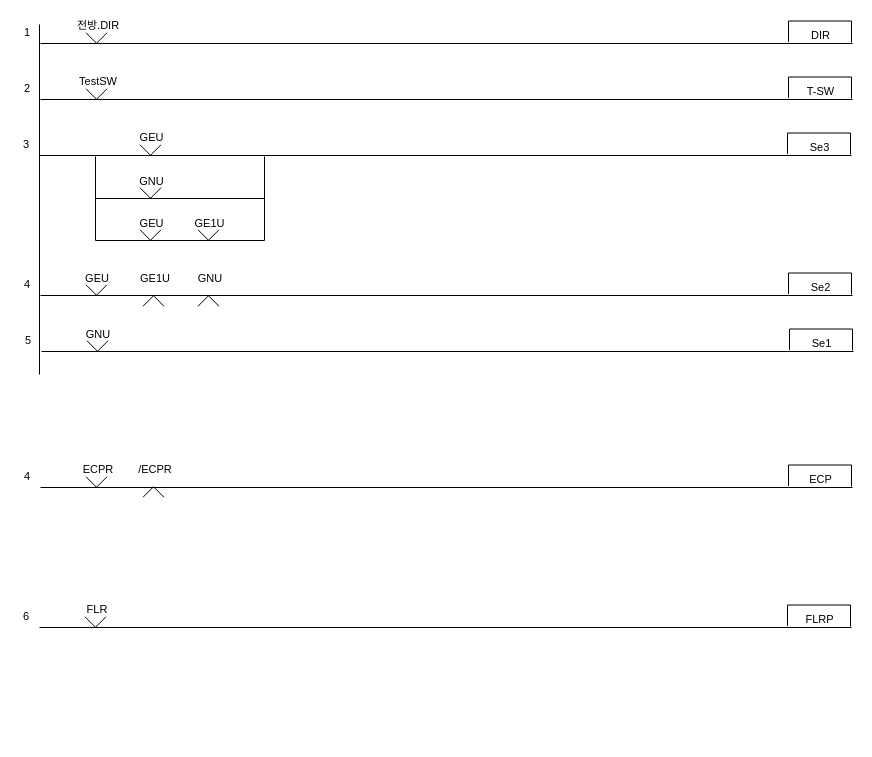
chillin2/MyDraw.io keeps this draw.io diagram as page "통신제어(송신)" (6 of 6) of Untitled Diagram.drawio. Above is the earlier version. Source tidied: cells renumbered, new cells numbered last; positions are measured from the earlier drawing's top-left corner, leaving out a move shared by most shapes. Both pictures are drawn from the tidied source at 100%, with x=0, y=0 at pixel (17, 17).
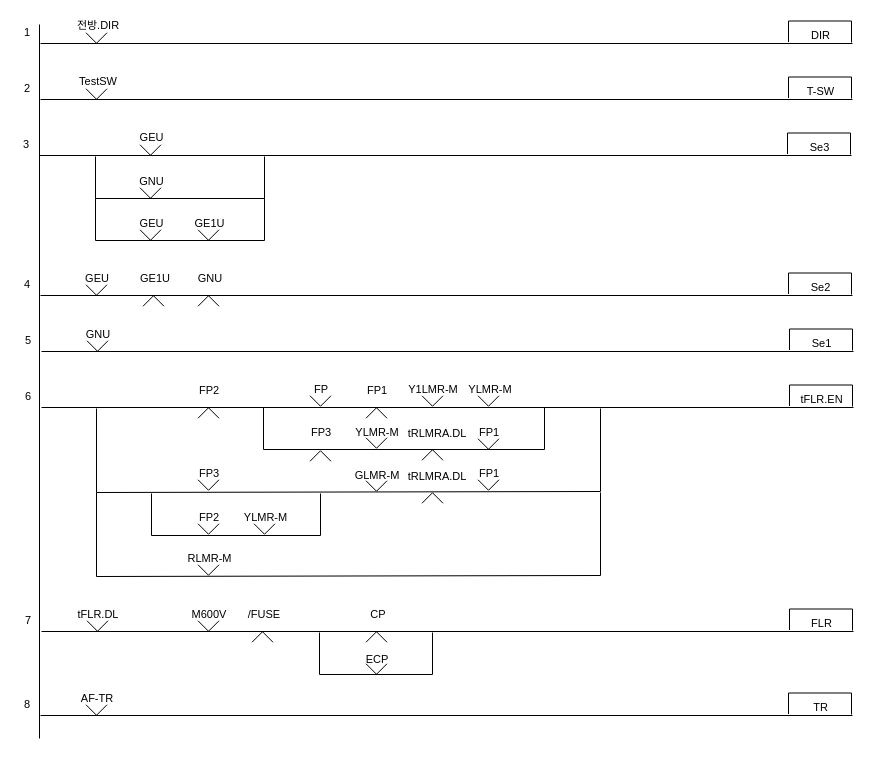
Above is the later version.

The edit, as a diff of the source:
```diff
@@
     <mxCell id="2" style="endArrow=none;html=1;rounded=0;" parent="1" edge="1">
       <mxGeometry relative="1" as="geometry">
-        <mxPoint x="22" y="357" as="sourcePoint" />
+        <mxPoint x="22" y="721" as="sourcePoint" />
         <mxPoint x="22" y="7" as="targetPoint" />
       </mxGeometry>
     </mxCell>
@@
-    <mxCell id="23" style="endArrow=none;html=1;rounded=0;" parent="1" edge="1">
-      <mxGeometry relative="1" as="geometry">
-        <mxPoint x="22" y="610" as="sourcePoint" />
-        <mxPoint x="834" y="610" as="targetPoint" />
-      </mxGeometry>
-    </mxCell>
-    <mxCell id="24" value="FLR" style="text;html=1;strokeColor=none;fillColor=none;align=center;verticalAlign=middle;whiteSpace=wrap;rounded=0;fontFamily=Helvetica;fontSize=11;fontColor=default;" parent="1" vertex="1">
-      <mxGeometry x="60" y="584" width="40" height="15" as="geometry" />
-    </mxCell>
-    <mxCell id="25" value="FLRP" style="text;html=1;strokeColor=none;fillColor=none;align=center;verticalAlign=middle;whiteSpace=wrap;rounded=0;fontFamily=Helvetica;fontSize=11;fontColor=default;" parent="1" vertex="1">
-      <mxGeometry x="779" y="595" width="47" height="13" as="geometry" />
-    </mxCell>
-    <mxCell id="26" style="endArrow=none;html=1;rounded=0;labelBackgroundColor=default;fontFamily=Helvetica;fontSize=11;fontColor=default;startSize=3;endSize=3;sourcePerimeterSpacing=0;strokeColor=default;shape=connector;jumpStyle=none;jumpSize=6;" parent="1" edge="1">
-      <mxGeometry relative="1" as="geometry">
-        <mxPoint x="770" y="608.5" as="sourcePoint" />
-        <mxPoint x="833" y="609" as="targetPoint" />
-        <Array as="points">
-          <mxPoint x="770" y="587.5" />
-          <mxPoint x="833" y="587.5" />
-        </Array>
-      </mxGeometry>
-    </mxCell>
-    <mxCell id="27" style="verticalLabelPosition=bottom;html=1;verticalAlign=top;align=center;shape=mxgraph.floorplan.windowBow;strokeWidth=1;fontSize=11;" parent="1" vertex="1">
-      <mxGeometry x="67.5" y="599" width="21" height="11" as="geometry" />
-    </mxCell>
-    <mxCell id="28" value="6" style="text;html=1;strokeColor=none;fillColor=none;align=center;verticalAlign=middle;whiteSpace=wrap;rounded=0;fontFamily=Helvetica;fontSize=11;fontColor=default;" parent="1" vertex="1">
-      <mxGeometry y="591" width="18" height="16" as="geometry" />
-    </mxCell>
@@
-    <mxCell id="37" style="endArrow=none;html=1;rounded=0;" parent="1" edge="1">
-      <mxGeometry relative="1" as="geometry">
-        <mxPoint x="23" y="470" as="sourcePoint" />
-        <mxPoint x="835" y="470" as="targetPoint" />
-      </mxGeometry>
-    </mxCell>
-    <mxCell id="38" value="ECPR" style="text;html=1;strokeColor=none;fillColor=none;align=center;verticalAlign=middle;whiteSpace=wrap;rounded=0;fontFamily=Helvetica;fontSize=11;fontColor=default;" parent="1" vertex="1">
-      <mxGeometry x="61" y="444" width="40" height="15" as="geometry" />
-    </mxCell>
-    <mxCell id="39" value="ECP" style="text;html=1;strokeColor=none;fillColor=none;align=center;verticalAlign=middle;whiteSpace=wrap;rounded=0;fontFamily=Helvetica;fontSize=11;fontColor=default;" parent="1" vertex="1">
-      <mxGeometry x="780" y="455" width="47" height="13" as="geometry" />
-    </mxCell>
-    <mxCell id="40" style="endArrow=none;html=1;rounded=0;labelBackgroundColor=default;fontFamily=Helvetica;fontSize=11;fontColor=default;startSize=3;endSize=3;sourcePerimeterSpacing=0;strokeColor=default;shape=connector;jumpStyle=none;jumpSize=6;" parent="1" edge="1">
-      <mxGeometry relative="1" as="geometry">
-        <mxPoint x="771" y="468.5" as="sourcePoint" />
-        <mxPoint x="834" y="469" as="targetPoint" />
-        <Array as="points">
-          <mxPoint x="771" y="447.5" />
-          <mxPoint x="834" y="447.5" />
-        </Array>
-      </mxGeometry>
-    </mxCell>
-    <mxCell id="41" style="verticalLabelPosition=bottom;html=1;verticalAlign=top;align=center;shape=mxgraph.floorplan.windowBow;strokeWidth=1;fontSize=11;" parent="1" vertex="1">
-      <mxGeometry x="68.5" y="459" width="21" height="11" as="geometry" />
-    </mxCell>
-    <mxCell id="42" value="4" style="text;html=1;strokeColor=none;fillColor=none;align=center;verticalAlign=middle;whiteSpace=wrap;rounded=0;fontFamily=Helvetica;fontSize=11;fontColor=default;" parent="1" vertex="1">
-      <mxGeometry x="1" y="451" width="18" height="16" as="geometry" />
-    </mxCell>
-    <mxCell id="43" value="/ECPR" style="text;html=1;strokeColor=none;fillColor=none;align=center;verticalAlign=middle;whiteSpace=wrap;rounded=0;fontFamily=Helvetica;fontSize=11;fontColor=default;" parent="1" vertex="1">
-      <mxGeometry x="118" y="444" width="40" height="15" as="geometry" />
-    </mxCell>
-    <mxCell id="44" style="verticalLabelPosition=bottom;html=1;verticalAlign=top;align=center;shape=mxgraph.floorplan.windowBow;strokeWidth=1;fontSize=11;direction=west;" parent="1" vertex="1">
-      <mxGeometry x="125.5" y="469" width="21" height="11" as="geometry" />
-    </mxCell>
@@
+    <mxCell id="59" style="endArrow=none;html=1;rounded=0;" parent="1" edge="1">
+      <mxGeometry relative="1" as="geometry">
+        <mxPoint x="24" y="390" as="sourcePoint" />
+        <mxPoint x="836" y="390" as="targetPoint" />
+      </mxGeometry>
+    </mxCell>
+    <mxCell id="60" value="FP2" style="text;html=1;strokeColor=none;fillColor=none;align=center;verticalAlign=middle;whiteSpace=wrap;rounded=0;fontFamily=Helvetica;fontSize=11;fontColor=default;" parent="1" vertex="1">
+      <mxGeometry x="172" y="365" width="40" height="15" as="geometry" />
+    </mxCell>
+    <mxCell id="61" value="tFLR.EN" style="text;html=1;strokeColor=none;fillColor=none;align=center;verticalAlign=middle;whiteSpace=wrap;rounded=0;fontFamily=Helvetica;fontSize=11;fontColor=default;" parent="1" vertex="1">
+      <mxGeometry x="781" y="375" width="47" height="13" as="geometry" />
+    </mxCell>
+    <mxCell id="62" style="endArrow=none;html=1;rounded=0;labelBackgroundColor=default;fontFamily=Helvetica;fontSize=11;fontColor=default;startSize=3;endSize=3;sourcePerimeterSpacing=0;strokeColor=default;shape=connector;jumpStyle=none;jumpSize=6;" parent="1" edge="1">
+      <mxGeometry relative="1" as="geometry">
+        <mxPoint x="772" y="388.5" as="sourcePoint" />
+        <mxPoint x="835" y="389" as="targetPoint" />
+        <Array as="points">
+          <mxPoint x="772" y="367.5" />
+          <mxPoint x="835" y="367.5" />
+        </Array>
+      </mxGeometry>
+    </mxCell>
+    <mxCell id="63" style="verticalLabelPosition=bottom;html=1;verticalAlign=top;align=center;shape=mxgraph.floorplan.windowBow;strokeWidth=1;fontSize=11;direction=west;" parent="1" vertex="1">
+      <mxGeometry x="180.5" y="390" width="21" height="11" as="geometry" />
+    </mxCell>
+    <mxCell id="28" value="6" style="text;html=1;strokeColor=none;fillColor=none;align=center;verticalAlign=middle;whiteSpace=wrap;rounded=0;fontFamily=Helvetica;fontSize=11;fontColor=default;" parent="1" vertex="1">
+      <mxGeometry x="2" y="371" width="18" height="16" as="geometry" />
+    </mxCell>
+    <mxCell id="64" style="endArrow=none;html=1;rounded=0;" parent="1" edge="1">
+      <mxGeometry relative="1" as="geometry">
+        <mxPoint x="246" y="390" as="sourcePoint" />
+        <mxPoint x="527" y="390" as="targetPoint" />
+        <Array as="points">
+          <mxPoint x="246" y="432" />
+          <mxPoint x="527" y="432" />
+        </Array>
+      </mxGeometry>
+    </mxCell>
+    <mxCell id="65" value="FP" style="text;html=1;strokeColor=none;fillColor=none;align=center;verticalAlign=middle;whiteSpace=wrap;rounded=0;fontFamily=Helvetica;fontSize=11;fontColor=default;" parent="1" vertex="1">
+      <mxGeometry x="284" y="364" width="40" height="15" as="geometry" />
+    </mxCell>
+    <mxCell id="66" style="verticalLabelPosition=bottom;html=1;verticalAlign=top;align=center;shape=mxgraph.floorplan.windowBow;strokeWidth=1;fontSize=11;" parent="1" vertex="1">
+      <mxGeometry x="292.5" y="378" width="21" height="11" as="geometry" />
+    </mxCell>
+    <mxCell id="67" value="FP1" style="text;html=1;strokeColor=none;fillColor=none;align=center;verticalAlign=middle;whiteSpace=wrap;rounded=0;fontFamily=Helvetica;fontSize=11;fontColor=default;" parent="1" vertex="1">
+      <mxGeometry x="340" y="365" width="40" height="15" as="geometry" />
+    </mxCell>
+    <mxCell id="68" style="verticalLabelPosition=bottom;html=1;verticalAlign=top;align=center;shape=mxgraph.floorplan.windowBow;strokeWidth=1;fontSize=11;direction=west;" parent="1" vertex="1">
+      <mxGeometry x="348.5" y="390" width="21" height="11" as="geometry" />
+    </mxCell>
+    <mxCell id="69" value="Y1LMR-M" style="text;html=1;strokeColor=none;fillColor=none;align=center;verticalAlign=middle;whiteSpace=wrap;rounded=0;fontFamily=Helvetica;fontSize=11;fontColor=default;" parent="1" vertex="1">
+      <mxGeometry x="389" y="364" width="54" height="15" as="geometry" />
+    </mxCell>
+    <mxCell id="70" style="verticalLabelPosition=bottom;html=1;verticalAlign=top;align=center;shape=mxgraph.floorplan.windowBow;strokeWidth=1;fontSize=11;" parent="1" vertex="1">
+      <mxGeometry x="404.5" y="378" width="21" height="11" as="geometry" />
+    </mxCell>
+    <mxCell id="71" value="YLMR-M" style="text;html=1;strokeColor=none;fillColor=none;align=center;verticalAlign=middle;whiteSpace=wrap;rounded=0;fontFamily=Helvetica;fontSize=11;fontColor=default;" parent="1" vertex="1">
+      <mxGeometry x="446" y="364" width="54" height="15" as="geometry" />
+    </mxCell>
+    <mxCell id="72" style="verticalLabelPosition=bottom;html=1;verticalAlign=top;align=center;shape=mxgraph.floorplan.windowBow;strokeWidth=1;fontSize=11;" parent="1" vertex="1">
+      <mxGeometry x="460.5" y="378" width="21" height="11" as="geometry" />
+    </mxCell>
+    <mxCell id="73" value="FP3" style="text;html=1;strokeColor=none;fillColor=none;align=center;verticalAlign=middle;whiteSpace=wrap;rounded=0;fontFamily=Helvetica;fontSize=11;fontColor=default;" parent="1" vertex="1">
+      <mxGeometry x="284" y="407" width="40" height="15" as="geometry" />
+    </mxCell>
+    <mxCell id="74" style="verticalLabelPosition=bottom;html=1;verticalAlign=top;align=center;shape=mxgraph.floorplan.windowBow;strokeWidth=1;fontSize=11;direction=west;" parent="1" vertex="1">
+      <mxGeometry x="292.5" y="433" width="21" height="11" as="geometry" />
+    </mxCell>
+    <mxCell id="75" value="YLMR-M" style="text;html=1;strokeColor=none;fillColor=none;align=center;verticalAlign=middle;whiteSpace=wrap;rounded=0;fontFamily=Helvetica;fontSize=11;fontColor=default;" parent="1" vertex="1">
+      <mxGeometry x="333" y="407" width="54" height="15" as="geometry" />
+    </mxCell>
+    <mxCell id="76" style="verticalLabelPosition=bottom;html=1;verticalAlign=top;align=center;shape=mxgraph.floorplan.windowBow;strokeWidth=1;fontSize=11;" parent="1" vertex="1">
+      <mxGeometry x="348.5" y="420" width="21" height="11" as="geometry" />
+    </mxCell>
+    <mxCell id="77" value="tRLMRA.DL" style="text;html=1;strokeColor=none;fillColor=none;align=center;verticalAlign=middle;whiteSpace=wrap;rounded=0;fontFamily=Helvetica;fontSize=11;fontColor=default;" parent="1" vertex="1">
+      <mxGeometry x="400" y="408" width="40" height="15" as="geometry" />
+    </mxCell>
+    <mxCell id="78" style="verticalLabelPosition=bottom;html=1;verticalAlign=top;align=center;shape=mxgraph.floorplan.windowBow;strokeWidth=1;fontSize=11;direction=west;" parent="1" vertex="1">
+      <mxGeometry x="404.5" y="432" width="21" height="11" as="geometry" />
+    </mxCell>
+    <mxCell id="79" value="FP1" style="text;html=1;strokeColor=none;fillColor=none;align=center;verticalAlign=middle;whiteSpace=wrap;rounded=0;fontFamily=Helvetica;fontSize=11;fontColor=default;" parent="1" vertex="1">
+      <mxGeometry x="452" y="407" width="40" height="15" as="geometry" />
+    </mxCell>
+    <mxCell id="80" style="verticalLabelPosition=bottom;html=1;verticalAlign=top;align=center;shape=mxgraph.floorplan.windowBow;strokeWidth=1;fontSize=11;" parent="1" vertex="1">
+      <mxGeometry x="460.5" y="421" width="21" height="11" as="geometry" />
+    </mxCell>
+    <mxCell id="81" style="endArrow=none;html=1;rounded=0;" parent="1" edge="1">
+      <mxGeometry relative="1" as="geometry">
+        <mxPoint x="79" y="391" as="sourcePoint" />
+        <mxPoint x="583" y="391" as="targetPoint" />
+        <Array as="points">
+          <mxPoint x="79" y="475" />
+          <mxPoint x="583" y="474" />
+        </Array>
+      </mxGeometry>
+    </mxCell>
+    <mxCell id="82" value="FP3" style="text;html=1;strokeColor=none;fillColor=none;align=center;verticalAlign=middle;whiteSpace=wrap;rounded=0;fontFamily=Helvetica;fontSize=11;fontColor=default;" parent="1" vertex="1">
+      <mxGeometry x="172" y="448" width="40" height="15" as="geometry" />
+    </mxCell>
+    <mxCell id="83" style="verticalLabelPosition=bottom;html=1;verticalAlign=top;align=center;shape=mxgraph.floorplan.windowBow;strokeWidth=1;fontSize=11;" parent="1" vertex="1">
+      <mxGeometry x="180.5" y="462" width="21" height="11" as="geometry" />
+    </mxCell>
+    <mxCell id="84" value="GLMR-M" style="text;html=1;strokeColor=none;fillColor=none;align=center;verticalAlign=middle;whiteSpace=wrap;rounded=0;fontFamily=Helvetica;fontSize=11;fontColor=default;" parent="1" vertex="1">
+      <mxGeometry x="333" y="450" width="54" height="15" as="geometry" />
+    </mxCell>
+    <mxCell id="85" style="verticalLabelPosition=bottom;html=1;verticalAlign=top;align=center;shape=mxgraph.floorplan.windowBow;strokeWidth=1;fontSize=11;" parent="1" vertex="1">
+      <mxGeometry x="348.5" y="463" width="21" height="11" as="geometry" />
+    </mxCell>
+    <mxCell id="86" value="tRLMRA.DL" style="text;html=1;strokeColor=none;fillColor=none;align=center;verticalAlign=middle;whiteSpace=wrap;rounded=0;fontFamily=Helvetica;fontSize=11;fontColor=default;" parent="1" vertex="1">
+      <mxGeometry x="400" y="451" width="40" height="15" as="geometry" />
+    </mxCell>
+    <mxCell id="87" style="verticalLabelPosition=bottom;html=1;verticalAlign=top;align=center;shape=mxgraph.floorplan.windowBow;strokeWidth=1;fontSize=11;direction=west;" parent="1" vertex="1">
+      <mxGeometry x="404.5" y="475" width="21" height="11" as="geometry" />
+    </mxCell>
+    <mxCell id="88" value="FP1" style="text;html=1;strokeColor=none;fillColor=none;align=center;verticalAlign=middle;whiteSpace=wrap;rounded=0;fontFamily=Helvetica;fontSize=11;fontColor=default;" parent="1" vertex="1">
+      <mxGeometry x="452" y="448" width="40" height="15" as="geometry" />
+    </mxCell>
+    <mxCell id="89" style="verticalLabelPosition=bottom;html=1;verticalAlign=top;align=center;shape=mxgraph.floorplan.windowBow;strokeWidth=1;fontSize=11;" parent="1" vertex="1">
+      <mxGeometry x="460.5" y="462" width="21" height="11" as="geometry" />
+    </mxCell>
+    <mxCell id="90" style="endArrow=none;html=1;rounded=0;" parent="1" edge="1">
+      <mxGeometry relative="1" as="geometry">
+        <mxPoint x="134" y="476" as="sourcePoint" />
+        <mxPoint x="303" y="476" as="targetPoint" />
+        <Array as="points">
+          <mxPoint x="134" y="518" />
+          <mxPoint x="303" y="518" />
+        </Array>
+      </mxGeometry>
+    </mxCell>
+    <mxCell id="91" value="FP2" style="text;html=1;strokeColor=none;fillColor=none;align=center;verticalAlign=middle;whiteSpace=wrap;rounded=0;fontFamily=Helvetica;fontSize=11;fontColor=default;" parent="1" vertex="1">
+      <mxGeometry x="172" y="492" width="40" height="15" as="geometry" />
+    </mxCell>
+    <mxCell id="92" style="verticalLabelPosition=bottom;html=1;verticalAlign=top;align=center;shape=mxgraph.floorplan.windowBow;strokeWidth=1;fontSize=11;" parent="1" vertex="1">
+      <mxGeometry x="180.5" y="506" width="21" height="11" as="geometry" />
+    </mxCell>
+    <mxCell id="93" value="YLMR-M" style="text;html=1;strokeColor=none;fillColor=none;align=center;verticalAlign=middle;whiteSpace=wrap;rounded=0;fontFamily=Helvetica;fontSize=11;fontColor=default;" parent="1" vertex="1">
+      <mxGeometry x="225" y="492" width="47" height="15" as="geometry" />
+    </mxCell>
+    <mxCell id="94" style="verticalLabelPosition=bottom;html=1;verticalAlign=top;align=center;shape=mxgraph.floorplan.windowBow;strokeWidth=1;fontSize=11;" parent="1" vertex="1">
+      <mxGeometry x="236.5" y="506" width="21" height="11" as="geometry" />
+    </mxCell>
+    <mxCell id="95" style="endArrow=none;html=1;rounded=0;" parent="1" edge="1">
+      <mxGeometry relative="1" as="geometry">
+        <mxPoint x="79" y="475" as="sourcePoint" />
+        <mxPoint x="583" y="475" as="targetPoint" />
+        <Array as="points">
+          <mxPoint x="79" y="559" />
+          <mxPoint x="583" y="558" />
+        </Array>
+      </mxGeometry>
+    </mxCell>
+    <mxCell id="96" value="RLMR-M" style="text;html=1;strokeColor=none;fillColor=none;align=center;verticalAlign=middle;whiteSpace=wrap;rounded=0;fontFamily=Helvetica;fontSize=11;fontColor=default;" parent="1" vertex="1">
+      <mxGeometry x="169" y="533" width="47" height="15" as="geometry" />
+    </mxCell>
+    <mxCell id="97" style="verticalLabelPosition=bottom;html=1;verticalAlign=top;align=center;shape=mxgraph.floorplan.windowBow;strokeWidth=1;fontSize=11;" parent="1" vertex="1">
+      <mxGeometry x="180.5" y="547" width="21" height="11" as="geometry" />
+    </mxCell>
+    <mxCell id="98" style="endArrow=none;html=1;rounded=0;" parent="1" edge="1">
+      <mxGeometry relative="1" as="geometry">
+        <mxPoint x="24" y="614" as="sourcePoint" />
+        <mxPoint x="836" y="614" as="targetPoint" />
+      </mxGeometry>
+    </mxCell>
+    <mxCell id="99" value="tFLR.DL" style="text;html=1;strokeColor=none;fillColor=none;align=center;verticalAlign=middle;whiteSpace=wrap;rounded=0;fontFamily=Helvetica;fontSize=11;fontColor=default;" parent="1" vertex="1">
+      <mxGeometry x="61" y="589" width="40" height="15" as="geometry" />
+    </mxCell>
+    <mxCell id="24" value="FLR" style="text;html=1;strokeColor=none;fillColor=none;align=center;verticalAlign=middle;whiteSpace=wrap;rounded=0;fontFamily=Helvetica;fontSize=11;fontColor=default;" parent="1" vertex="1">
+      <mxGeometry x="781" y="599" width="47" height="13" as="geometry" />
+    </mxCell>
+    <mxCell id="100" style="endArrow=none;html=1;rounded=0;labelBackgroundColor=default;fontFamily=Helvetica;fontSize=11;fontColor=default;startSize=3;endSize=3;sourcePerimeterSpacing=0;strokeColor=default;shape=connector;jumpStyle=none;jumpSize=6;" parent="1" edge="1">
+      <mxGeometry relative="1" as="geometry">
+        <mxPoint x="772" y="612.5" as="sourcePoint" />
+        <mxPoint x="835" y="613" as="targetPoint" />
+        <Array as="points">
+          <mxPoint x="772" y="591.5" />
+          <mxPoint x="835" y="591.5" />
+        </Array>
+      </mxGeometry>
+    </mxCell>
+    <mxCell id="101" style="verticalLabelPosition=bottom;html=1;verticalAlign=top;align=center;shape=mxgraph.floorplan.windowBow;strokeWidth=1;fontSize=11;" parent="1" vertex="1">
+      <mxGeometry x="69.5" y="603" width="21" height="11" as="geometry" />
+    </mxCell>
+    <mxCell id="102" value="7" style="text;html=1;strokeColor=none;fillColor=none;align=center;verticalAlign=middle;whiteSpace=wrap;rounded=0;fontFamily=Helvetica;fontSize=11;fontColor=default;" parent="1" vertex="1">
+      <mxGeometry x="2" y="595" width="18" height="16" as="geometry" />
+    </mxCell>
+    <mxCell id="103" value="M600V" style="text;html=1;strokeColor=none;fillColor=none;align=center;verticalAlign=middle;whiteSpace=wrap;rounded=0;fontFamily=Helvetica;fontSize=11;fontColor=default;" parent="1" vertex="1">
+      <mxGeometry x="172" y="589" width="40" height="15" as="geometry" />
+    </mxCell>
+    <mxCell id="104" style="verticalLabelPosition=bottom;html=1;verticalAlign=top;align=center;shape=mxgraph.floorplan.windowBow;strokeWidth=1;fontSize=11;direction=east;" parent="1" vertex="1">
+      <mxGeometry x="180.5" y="603" width="21" height="11" as="geometry" />
+    </mxCell>
+    <mxCell id="105" value="/FUSE" style="text;html=1;strokeColor=none;fillColor=none;align=center;verticalAlign=middle;whiteSpace=wrap;rounded=0;fontFamily=Helvetica;fontSize=11;fontColor=default;" parent="1" vertex="1">
+      <mxGeometry x="227" y="589" width="40" height="15" as="geometry" />
+    </mxCell>
+    <mxCell id="106" style="verticalLabelPosition=bottom;html=1;verticalAlign=top;align=center;shape=mxgraph.floorplan.windowBow;strokeWidth=1;fontSize=11;direction=west;" parent="1" vertex="1">
+      <mxGeometry x="234.5" y="614" width="21" height="11" as="geometry" />
+    </mxCell>
+    <mxCell id="107" value="CP" style="text;html=1;strokeColor=none;fillColor=none;align=center;verticalAlign=middle;whiteSpace=wrap;rounded=0;fontFamily=Helvetica;fontSize=11;fontColor=default;" parent="1" vertex="1">
+      <mxGeometry x="341" y="589" width="40" height="15" as="geometry" />
+    </mxCell>
+    <mxCell id="108" style="verticalLabelPosition=bottom;html=1;verticalAlign=top;align=center;shape=mxgraph.floorplan.windowBow;strokeWidth=1;fontSize=11;direction=west;" parent="1" vertex="1">
+      <mxGeometry x="348.5" y="614" width="21" height="11" as="geometry" />
+    </mxCell>
+    <mxCell id="109" style="endArrow=none;html=1;rounded=0;" parent="1" edge="1">
+      <mxGeometry relative="1" as="geometry">
+        <mxPoint x="302" y="615" as="sourcePoint" />
+        <mxPoint x="415" y="615" as="targetPoint" />
+        <Array as="points">
+          <mxPoint x="302" y="657" />
+          <mxPoint x="415" y="657" />
+        </Array>
+      </mxGeometry>
+    </mxCell>
+    <mxCell id="39" value="ECP" style="text;html=1;strokeColor=none;fillColor=none;align=center;verticalAlign=middle;whiteSpace=wrap;rounded=0;fontFamily=Helvetica;fontSize=11;fontColor=default;" parent="1" vertex="1">
+      <mxGeometry x="340" y="634" width="40" height="15" as="geometry" />
+    </mxCell>
+    <mxCell id="110" style="verticalLabelPosition=bottom;html=1;verticalAlign=top;align=center;shape=mxgraph.floorplan.windowBow;strokeWidth=1;fontSize=11;direction=east;" parent="1" vertex="1">
+      <mxGeometry x="348.5" y="646" width="21" height="11" as="geometry" />
+    </mxCell>
+    <mxCell id="111" style="endArrow=none;html=1;rounded=0;" parent="1" edge="1">
+      <mxGeometry relative="1" as="geometry">
+        <mxPoint x="23" y="698" as="sourcePoint" />
+        <mxPoint x="835" y="698" as="targetPoint" />
+      </mxGeometry>
+    </mxCell>
+    <mxCell id="112" value="AF-TR" style="text;html=1;strokeColor=none;fillColor=none;align=center;verticalAlign=middle;whiteSpace=wrap;rounded=0;fontFamily=Helvetica;fontSize=11;fontColor=default;" parent="1" vertex="1">
+      <mxGeometry x="60" y="673" width="40" height="15" as="geometry" />
+    </mxCell>
+    <mxCell id="113" value="TR" style="text;html=1;strokeColor=none;fillColor=none;align=center;verticalAlign=middle;whiteSpace=wrap;rounded=0;fontFamily=Helvetica;fontSize=11;fontColor=default;" parent="1" vertex="1">
+      <mxGeometry x="780" y="683" width="47" height="13" as="geometry" />
+    </mxCell>
+    <mxCell id="114" style="endArrow=none;html=1;rounded=0;labelBackgroundColor=default;fontFamily=Helvetica;fontSize=11;fontColor=default;startSize=3;endSize=3;sourcePerimeterSpacing=0;strokeColor=default;shape=connector;jumpStyle=none;jumpSize=6;" parent="1" edge="1">
+      <mxGeometry relative="1" as="geometry">
+        <mxPoint x="771" y="696.5" as="sourcePoint" />
+        <mxPoint x="834" y="697" as="targetPoint" />
+        <Array as="points">
+          <mxPoint x="771" y="675.5" />
+          <mxPoint x="834" y="675.5" />
+        </Array>
+      </mxGeometry>
+    </mxCell>
+    <mxCell id="115" style="verticalLabelPosition=bottom;html=1;verticalAlign=top;align=center;shape=mxgraph.floorplan.windowBow;strokeWidth=1;fontSize=11;" parent="1" vertex="1">
+      <mxGeometry x="68.5" y="687" width="21" height="11" as="geometry" />
+    </mxCell>
+    <mxCell id="116" value="8" style="text;html=1;strokeColor=none;fillColor=none;align=center;verticalAlign=middle;whiteSpace=wrap;rounded=0;fontFamily=Helvetica;fontSize=11;fontColor=default;" parent="1" vertex="1">
+      <mxGeometry x="1" y="679" width="18" height="16" as="geometry" />
+    </mxCell>
```
